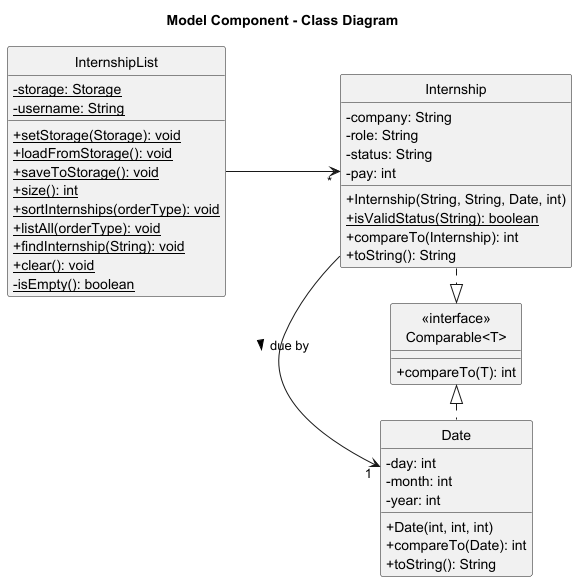
This is docs/diagrams/ModelComponentCD.png from AY2526S1-CS2113-W14-4/tp, a PlantUML export, as it was before one commit. Source of this version:
```plantuml
@startuml ModelComponentCD
hide circle
title Model Component - Class Diagram
left to right direction
skinparam classAttributeIconSize 0


class InternshipList {
  - {static} storage: Storage
  - {static} username: String
  + {static} setStorage(Storage): void
  + {static} loadFromStorage(): void
  + {static} saveToStorage(): void
  + {static} size(): int
  + {static} sortInternships(orderType): void
  + {static} listAll(orderType): void
  + {static} findInternship(String): void
  + {static} clear(): void
  - {static} isEmpty(): boolean
}

class "<<interface>>\nComparable<T>" {
    + compareTo(T): int
}

class Internship {
  - company: String
  - role: String
  - status: String
  - pay: int
  + Internship(String, String, Date, int)
  + {static} isValidStatus(String): boolean
  + compareTo(Internship): int
  + toString(): String
}

class Date {
  - day: int
  - month: int
  - year: int
  + Date(int, int, int)
  + compareTo(Date): int
  + toString(): String
}


InternshipList --> "*" Internship
Internship .|> "<<interface>>\nComparable<T>"
Date .left.|> "<<interface>>\nComparable<T>"
Internship -right-> "1" Date : due by >



@enduml
```
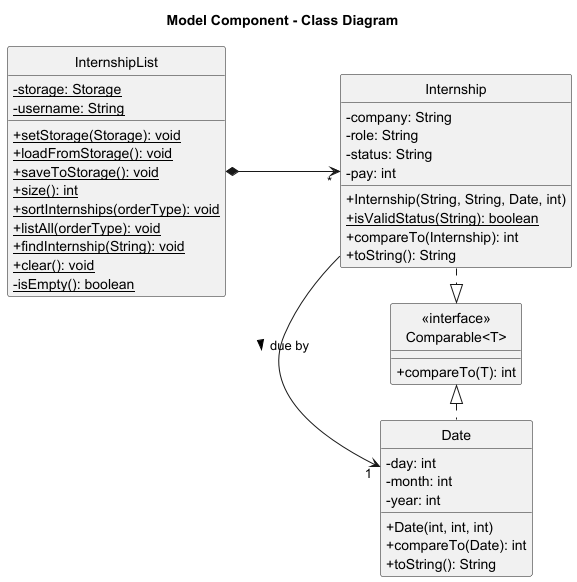
Later version of the same file.

Commit message:
Fix diagram relationships

What changed in the source:
```diff
@@ -44,7 +44,7 @@
 }
 
 
-InternshipList --> "*" Internship
+InternshipList *--> "*" Internship
 Internship .|> "<<interface>>\nComparable<T>"
 Date .left.|> "<<interface>>\nComparable<T>"
 Internship -right-> "1" Date : due by >
```
